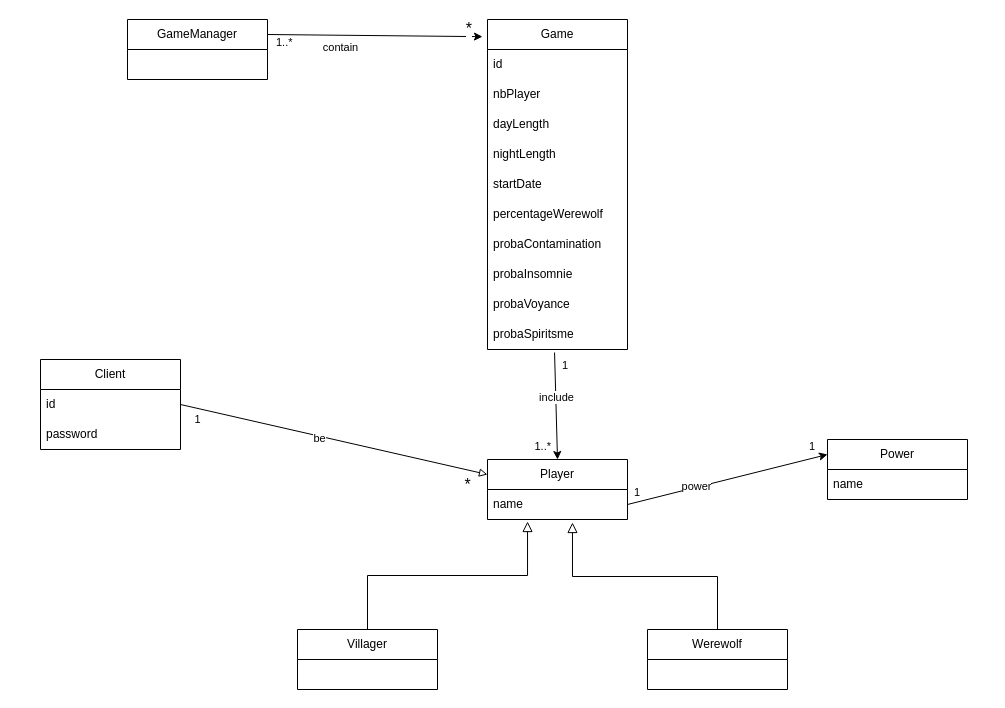
Earlier version of the draw.io diagram documentation/server/diagramme_de_classes_jeu.drawio (gfhuth/werewolf). Source tidied: cells renumbered, new cells numbered last; positions are measured from the earlier drawing's top-left corner, leaving out a move shared by most shapes. Both pictures are drawn from the tidied source at 100%, with x=0, y=0 at pixel (40, 19).
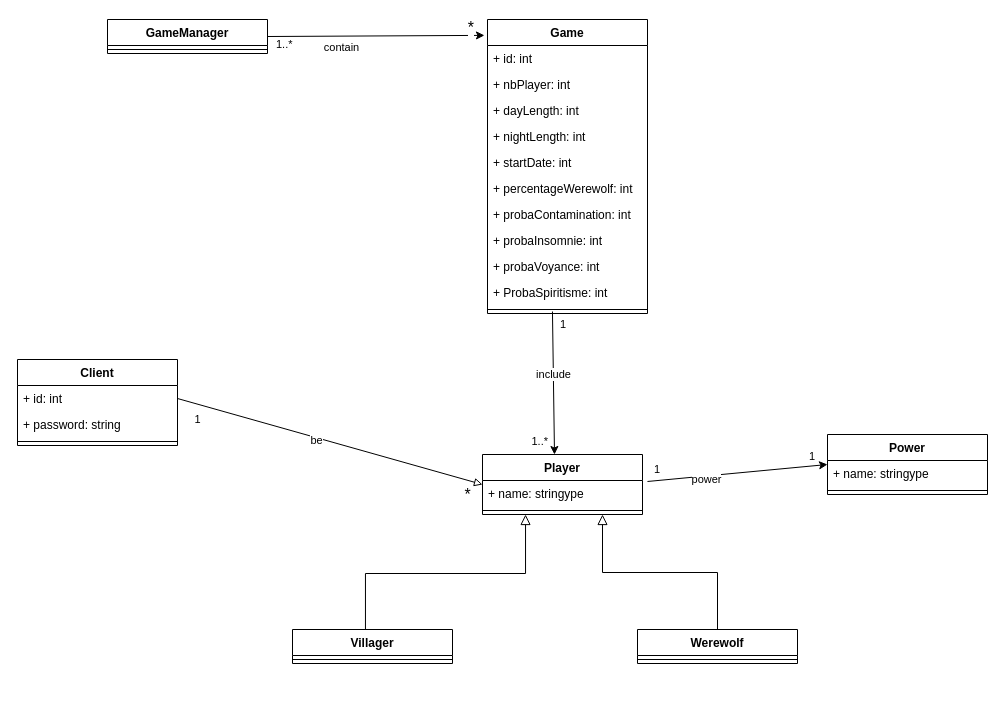
The same diagram, later.

Commit message:
diagramme de classe du jeu

What changed in the source:
```diff
@@
-    <mxCell id="2" value="Player" style="swimlane;fontStyle=0;horizontal=1;startSize=30;whiteSpace=wrap;html=1;" parent="1" vertex="1">
-      <mxGeometry x="447" y="440" width="140" height="60" as="geometry" />
-    </mxCell>
-    <mxCell id="3" value="name" style="text;strokeColor=none;fillColor=none;align=left;verticalAlign=middle;spacingLeft=4;spacingRight=4;overflow=hidden;points=[[0,0.5],[1,0.5]];portConstraint=eastwest;whiteSpace=wrap;html=1;" parent="2" vertex="1">
-      <mxGeometry y="30" width="140" height="30" as="geometry" />
-    </mxCell>
-    <mxCell id="4" value="Villager" style="swimlane;fontStyle=0;horizontal=1;startSize=30;whiteSpace=wrap;html=1;" parent="1" vertex="1">
-      <mxGeometry x="257" y="610" width="140" height="60" as="geometry" />
-    </mxCell>
-    <mxCell id="5" value="Werewolf" style="swimlane;fontStyle=0;horizontal=1;startSize=30;whiteSpace=wrap;html=1;" parent="1" vertex="1">
-      <mxGeometry x="607" y="610" width="140" height="60" as="geometry" />
-    </mxCell>
-    <mxCell id="6" value="Power" style="swimlane;fontStyle=0;horizontal=1;startSize=30;whiteSpace=wrap;html=1;" parent="1" vertex="1">
-      <mxGeometry x="787" y="420" width="140" height="60" as="geometry" />
-    </mxCell>
-    <mxCell id="7" value="name" style="text;strokeColor=none;fillColor=none;align=left;verticalAlign=middle;spacingLeft=4;spacingRight=4;overflow=hidden;whiteSpace=wrap;html=1;" parent="6" vertex="1">
-      <mxGeometry y="30" width="140" height="30" as="geometry" />
-    </mxCell>
-    <mxCell id="8" style="endArrow=classic;html=1;exitX=1;exitY=0.5;exitDx=0;exitDy=0;entryX=0;entryY=0.25;entryDx=0;entryDy=0;" parent="1" edge="1" source="3" target="6">
+    <mxCell id="8" style="endArrow=classic;html=1;exitX=1.031;exitY=0.038;exitDx=0;exitDy=0;entryX=0;entryY=0.5;entryDx=0;entryDy=0;exitPerimeter=0;" parent="1" edge="1" source="60" target="6">
       <mxGeometry relative="1" as="geometry" />
     </mxCell>
@@
-    <mxCell id="12" style="edgeStyle=elbowEdgeStyle;elbow=vertical;endArrow=block;html=1;curved=0;rounded=0;endSize=8;startSize=8;exitX=0.5;exitY=0;exitDx=0;exitDy=0;entryX=0.286;entryY=1.067;entryDx=0;entryDy=0;entryPerimeter=0;endFill=0;" parent="1" edge="1" source="4" target="3">
+    <mxCell id="12" style="edgeStyle=elbowEdgeStyle;elbow=vertical;endArrow=block;html=1;curved=0;rounded=0;endSize=8;startSize=8;exitX=0.456;exitY=0.059;exitDx=0;exitDy=0;entryX=0.269;entryY=1;entryDx=0;entryDy=0;entryPerimeter=0;endFill=0;exitPerimeter=0;" parent="1" edge="1" source="4" target="61">
       <mxGeometry relative="1" as="geometry" />
     </mxCell>
-    <mxCell id="13" style="edgeStyle=elbowEdgeStyle;elbow=vertical;endArrow=block;html=1;curved=0;rounded=0;endSize=8;startSize=8;entryX=0.607;entryY=1.1;entryDx=0;entryDy=0;entryPerimeter=0;exitX=0.5;exitY=0;exitDx=0;exitDy=0;endFill=0;" parent="1" edge="1" source="5" target="3">
+    <mxCell id="13" style="edgeStyle=elbowEdgeStyle;elbow=vertical;endArrow=block;html=1;curved=0;rounded=0;endSize=8;startSize=8;entryX=0.75;entryY=1;entryDx=0;entryDy=0;exitX=0.5;exitY=0;exitDx=0;exitDy=0;endFill=0;" parent="1" edge="1" source="5" target="2">
       <mxGeometry relative="1" as="geometry" />
     </mxCell>
-    <mxCell id="14" value="Game" style="swimlane;fontStyle=0;horizontal=1;startSize=30;whiteSpace=wrap;html=1;" parent="1" vertex="1">
-      <mxGeometry x="447" width="140" height="330" as="geometry" />
-    </mxCell>
-    <mxCell id="15" value="id" style="text;strokeColor=none;fillColor=none;align=left;verticalAlign=middle;spacingLeft=4;spacingRight=4;overflow=hidden;whiteSpace=wrap;html=1;" parent="14" vertex="1">
-      <mxGeometry y="30" width="140" height="30" as="geometry" />
-    </mxCell>
-    <mxCell id="16" value="nbPlayer" style="text;strokeColor=none;fillColor=none;align=left;verticalAlign=middle;spacingLeft=4;spacingRight=4;overflow=hidden;whiteSpace=wrap;html=1;" parent="14" vertex="1">
-      <mxGeometry y="60" width="140" height="30" as="geometry" />
-    </mxCell>
-    <mxCell id="17" value="dayLength" style="text;strokeColor=none;fillColor=none;align=left;verticalAlign=middle;spacingLeft=4;spacingRight=4;overflow=hidden;whiteSpace=wrap;html=1;" parent="14" vertex="1">
-      <mxGeometry y="90" width="140" height="30" as="geometry" />
-    </mxCell>
-    <mxCell id="18" value="nightLength" style="text;strokeColor=none;fillColor=none;align=left;verticalAlign=middle;spacingLeft=4;spacingRight=4;overflow=hidden;whiteSpace=wrap;html=1;" parent="14" vertex="1">
-      <mxGeometry y="120" width="140" height="30" as="geometry" />
-    </mxCell>
-    <mxCell id="19" value="startDate" style="text;strokeColor=none;fillColor=none;align=left;verticalAlign=middle;spacingLeft=4;spacingRight=4;overflow=hidden;whiteSpace=wrap;html=1;" parent="14" vertex="1">
-      <mxGeometry y="150" width="140" height="30" as="geometry" />
-    </mxCell>
-    <mxCell id="20" value="percentageWerewolf" style="text;strokeColor=none;fillColor=none;align=left;verticalAlign=middle;spacingLeft=4;spacingRight=4;overflow=hidden;whiteSpace=wrap;html=1;" parent="14" vertex="1">
-      <mxGeometry y="180" width="140" height="30" as="geometry" />
-    </mxCell>
-    <mxCell id="21" value="probaContamination" style="text;strokeColor=none;fillColor=none;align=left;verticalAlign=middle;spacingLeft=4;spacingRight=4;overflow=hidden;whiteSpace=wrap;html=1;" parent="14" vertex="1">
-      <mxGeometry y="210" width="140" height="30" as="geometry" />
-    </mxCell>
-    <mxCell id="22" value="probaInsomnie" style="text;strokeColor=none;fillColor=none;align=left;verticalAlign=middle;spacingLeft=4;spacingRight=4;overflow=hidden;whiteSpace=wrap;html=1;" parent="14" vertex="1">
-      <mxGeometry y="240" width="140" height="30" as="geometry" />
-    </mxCell>
-    <mxCell id="23" value="probaVoyance" style="text;strokeColor=none;fillColor=none;align=left;verticalAlign=middle;spacingLeft=4;spacingRight=4;overflow=hidden;whiteSpace=wrap;html=1;" parent="14" vertex="1">
-      <mxGeometry y="270" width="140" height="30" as="geometry" />
-    </mxCell>
-    <mxCell id="24" value="probaSpiritsme" style="text;strokeColor=none;fillColor=none;align=left;verticalAlign=middle;spacingLeft=4;spacingRight=4;overflow=hidden;points=[[0,0.5],[1,0.5]];portConstraint=eastwest;whiteSpace=wrap;html=1;" parent="14" vertex="1">
-      <mxGeometry y="300" width="140" height="30" as="geometry" />
-    </mxCell>
-    <mxCell id="25" style="endArrow=classic;html=1;entryX=0.5;entryY=0;entryDx=0;entryDy=0;exitX=0.479;exitY=1.1;exitDx=0;exitDy=0;exitPerimeter=0;" parent="1" edge="1" source="24" target="2">
+    <mxCell id="25" style="endArrow=classic;html=1;entryX=0.45;entryY=0;entryDx=0;entryDy=0;exitX=0.406;exitY=0.75;exitDx=0;exitDy=0;exitPerimeter=0;entryPerimeter=0;" parent="1" edge="1" source="51" target="2">
       <mxGeometry relative="1" as="geometry" />
     </mxCell>
@@
-    <mxCell id="29" value="Client" style="swimlane;fontStyle=0;horizontal=1;startSize=30;whiteSpace=wrap;html=1;" parent="1" vertex="1">
-      <mxGeometry y="340" width="140" height="90" as="geometry" />
-    </mxCell>
-    <mxCell id="30" value="id" style="text;strokeColor=none;fillColor=none;align=left;verticalAlign=middle;spacingLeft=4;spacingRight=4;overflow=hidden;points=[[0,0.5],[1,0.5]];portConstraint=eastwest;whiteSpace=wrap;html=1;" parent="29" vertex="1">
-      <mxGeometry y="30" width="140" height="30" as="geometry" />
-    </mxCell>
-    <mxCell id="31" value="password" style="text;strokeColor=none;fillColor=none;align=left;verticalAlign=middle;spacingLeft=4;spacingRight=4;overflow=hidden;whiteSpace=wrap;html=1;" parent="29" vertex="1">
-      <mxGeometry y="60" width="140" height="30" as="geometry" />
-    </mxCell>
-    <mxCell id="32" value="GameManager" style="swimlane;fontStyle=0;horizontal=1;startSize=30;whiteSpace=wrap;html=1;" parent="1" vertex="1">
-      <mxGeometry x="87" width="140" height="60" as="geometry" />
-    </mxCell>
-    <mxCell id="33" style="endArrow=classic;html=1;entryX=-0.036;entryY=0.052;entryDx=0;entryDy=0;entryPerimeter=0;exitX=1;exitY=0.25;exitDx=0;exitDy=0;" parent="1" edge="1" source="32" target="14">
+    <mxCell id="33" style="endArrow=classic;html=1;entryX=-0.019;entryY=0.054;entryDx=0;entryDy=0;entryPerimeter=0;exitX=1;exitY=0.5;exitDx=0;exitDy=0;" parent="1" edge="1" source="32" target="14">
       <mxGeometry relative="1" as="geometry" />
     </mxCell>
@@
-    <mxCell id="37" style="edgeStyle=none;html=1;exitX=1;exitY=0.5;exitDx=0;exitDy=0;entryX=0;entryY=0.25;entryDx=0;entryDy=0;fontSize=11;endArrow=block;endFill=0;" parent="1" edge="1" source="30" target="2">
+    <mxCell id="37" style="edgeStyle=none;html=1;exitX=1;exitY=0.5;exitDx=0;exitDy=0;entryX=0;entryY=0.5;entryDx=0;entryDy=0;fontSize=11;endArrow=block;endFill=0;" parent="1" edge="1" source="53" target="2">
       <mxGeometry relative="1" as="geometry" />
     </mxCell>
@@
     <mxCell id="40" value="&lt;font style=&quot;font-size: 16px;&quot;&gt;*&lt;/font&gt;" style="text;html=1;align=center;verticalAlign=middle;strokeColor=none;fillColor=none;fontSize=11;" parent="1" vertex="1">
-      <mxGeometry x="412" y="450" width="30" height="30" as="geometry" />
+      <mxGeometry x="412" y="460" width="30" height="30" as="geometry" />
     </mxCell>
+    <mxCell id="14" value="Game" style="swimlane;fontStyle=1;align=center;verticalAlign=top;horizontal=1;startSize=26;" parent="1" vertex="1">
+      <mxGeometry x="447" width="160" height="294" as="geometry" />
+    </mxCell>
+    <mxCell id="41" value="+ id: int" style="text;strokeColor=none;fillColor=none;align=left;verticalAlign=top;spacingLeft=4;spacingRight=4;overflow=hidden;" parent="14" vertex="1">
+      <mxGeometry y="26" width="160" height="26" as="geometry" />
+    </mxCell>
+    <mxCell id="42" value="+ nbPlayer: int" style="text;strokeColor=none;fillColor=none;align=left;verticalAlign=top;spacingLeft=4;spacingRight=4;overflow=hidden;" parent="14" vertex="1">
+      <mxGeometry y="52" width="160" height="26" as="geometry" />
+    </mxCell>
+    <mxCell id="43" value="+ dayLength: int" style="text;strokeColor=none;fillColor=none;align=left;verticalAlign=top;spacingLeft=4;spacingRight=4;overflow=hidden;" parent="14" vertex="1">
+      <mxGeometry y="78" width="160" height="26" as="geometry" />
+    </mxCell>
+    <mxCell id="44" value="+ nightLength: int" style="text;strokeColor=none;fillColor=none;align=left;verticalAlign=top;spacingLeft=4;spacingRight=4;overflow=hidden;" parent="14" vertex="1">
+      <mxGeometry y="104" width="160" height="26" as="geometry" />
+    </mxCell>
+    <mxCell id="45" value="+ startDate: int" style="text;strokeColor=none;fillColor=none;align=left;verticalAlign=top;spacingLeft=4;spacingRight=4;overflow=hidden;" parent="14" vertex="1">
+      <mxGeometry y="130" width="160" height="26" as="geometry" />
+    </mxCell>
+    <mxCell id="46" value="+ percentageWerewolf: int" style="text;strokeColor=none;fillColor=none;align=left;verticalAlign=top;spacingLeft=4;spacingRight=4;overflow=hidden;" parent="14" vertex="1">
+      <mxGeometry y="156" width="160" height="26" as="geometry" />
+    </mxCell>
+    <mxCell id="47" value="+ probaContamination: int" style="text;strokeColor=none;fillColor=none;align=left;verticalAlign=top;spacingLeft=4;spacingRight=4;overflow=hidden;" parent="14" vertex="1">
+      <mxGeometry y="182" width="160" height="26" as="geometry" />
+    </mxCell>
+    <mxCell id="48" value="+ probaInsomnie: int" style="text;strokeColor=none;fillColor=none;align=left;verticalAlign=top;spacingLeft=4;spacingRight=4;overflow=hidden;" parent="14" vertex="1">
+      <mxGeometry y="208" width="160" height="26" as="geometry" />
+    </mxCell>
+    <mxCell id="49" value="+ probaVoyance: int" style="text;strokeColor=none;fillColor=none;align=left;verticalAlign=top;spacingLeft=4;spacingRight=4;overflow=hidden;" parent="14" vertex="1">
+      <mxGeometry y="234" width="160" height="26" as="geometry" />
+    </mxCell>
+    <mxCell id="50" value="+ ProbaSpiritisme: int" style="text;strokeColor=none;fillColor=none;align=left;verticalAlign=top;spacingLeft=4;spacingRight=4;overflow=hidden;" parent="14" vertex="1">
+      <mxGeometry y="260" width="160" height="26" as="geometry" />
+    </mxCell>
+    <mxCell id="51" style="line;strokeWidth=1;fillColor=none;align=left;verticalAlign=middle;spacingTop=-1;spacingLeft=3;spacingRight=3;labelPosition=right;points=[];portConstraint=eastwest;strokeColor=inherit;" parent="14" vertex="1">
+      <mxGeometry y="286" width="160" height="8" as="geometry" />
+    </mxCell>
+    <mxCell id="32" value="GameManager" style="swimlane;fontStyle=1;align=center;verticalAlign=top;horizontal=1;startSize=26;" parent="1" vertex="1">
+      <mxGeometry x="67" width="160" height="34" as="geometry" />
+    </mxCell>
+    <mxCell id="52" style="line;strokeWidth=1;fillColor=none;align=left;verticalAlign=middle;spacingTop=-1;spacingLeft=3;spacingRight=3;labelPosition=right;strokeColor=inherit;" parent="32" vertex="1">
+      <mxGeometry y="26" width="160" height="8" as="geometry" />
+    </mxCell>
+    <mxCell id="29" value="Client" style="swimlane;fontStyle=1;align=center;verticalAlign=top;horizontal=1;startSize=26;" parent="1" vertex="1">
+      <mxGeometry x="-23" y="340" width="160" height="86" as="geometry" />
+    </mxCell>
+    <mxCell id="53" value="+ id: int" style="text;strokeColor=none;fillColor=none;align=left;verticalAlign=top;spacingLeft=4;spacingRight=4;overflow=hidden;points=[[0,0.5],[1,0.5]];portConstraint=eastwest;" parent="29" vertex="1">
+      <mxGeometry y="26" width="160" height="26" as="geometry" />
+    </mxCell>
+    <mxCell id="54" value="+ password: string" style="text;strokeColor=none;fillColor=none;align=left;verticalAlign=top;spacingLeft=4;spacingRight=4;overflow=hidden;" parent="29" vertex="1">
+      <mxGeometry y="52" width="160" height="26" as="geometry" />
+    </mxCell>
+    <mxCell id="55" style="line;strokeWidth=1;fillColor=none;align=left;verticalAlign=middle;spacingTop=-1;spacingLeft=3;spacingRight=3;labelPosition=right;strokeColor=inherit;" parent="29" vertex="1">
+      <mxGeometry y="78" width="160" height="8" as="geometry" />
+    </mxCell>
+    <mxCell id="6" value="Power" style="swimlane;fontStyle=1;align=center;verticalAlign=top;horizontal=1;startSize=26;" parent="1" vertex="1">
+      <mxGeometry x="787" y="415" width="160" height="60" as="geometry" />
+    </mxCell>
+    <mxCell id="56" value="+ name: stringype" style="text;strokeColor=none;fillColor=none;align=left;verticalAlign=top;spacingLeft=4;spacingRight=4;overflow=hidden;" parent="6" vertex="1">
+      <mxGeometry y="26" width="160" height="26" as="geometry" />
+    </mxCell>
+    <mxCell id="57" style="line;strokeWidth=1;fillColor=none;align=left;verticalAlign=middle;spacingTop=-1;spacingLeft=3;spacingRight=3;labelPosition=right;strokeColor=inherit;" parent="6" vertex="1">
+      <mxGeometry y="52" width="160" height="8" as="geometry" />
+    </mxCell>
+    <mxCell id="5" value="Werewolf" style="swimlane;fontStyle=1;align=center;verticalAlign=top;horizontal=1;startSize=26;" parent="1" vertex="1">
+      <mxGeometry x="597" y="610" width="160" height="34" as="geometry" />
+    </mxCell>
+    <mxCell id="58" style="line;strokeWidth=1;fillColor=none;align=left;verticalAlign=middle;spacingTop=-1;spacingLeft=3;spacingRight=3;labelPosition=right;strokeColor=inherit;" parent="5" vertex="1">
+      <mxGeometry y="26" width="160" height="8" as="geometry" />
+    </mxCell>
+    <mxCell id="4" value="Villager" style="swimlane;fontStyle=1;align=center;verticalAlign=top;horizontal=1;startSize=26;" parent="1" vertex="1">
+      <mxGeometry x="252" y="610" width="160" height="34" as="geometry" />
+    </mxCell>
+    <mxCell id="59" style="line;strokeWidth=1;fillColor=none;align=left;verticalAlign=middle;spacingTop=-1;spacingLeft=3;spacingRight=3;labelPosition=right;strokeColor=inherit;" parent="4" vertex="1">
+      <mxGeometry y="26" width="160" height="8" as="geometry" />
+    </mxCell>
+    <mxCell id="2" value="Player" style="swimlane;fontStyle=1;align=center;verticalAlign=top;horizontal=1;startSize=26;" parent="1" vertex="1">
+      <mxGeometry x="442" y="435" width="160" height="60" as="geometry" />
+    </mxCell>
+    <mxCell id="60" value="+ name: stringype" style="text;strokeColor=none;fillColor=none;align=left;verticalAlign=top;spacingLeft=4;spacingRight=4;overflow=hidden;points=[[0,0.5],[1,0.5]];portConstraint=eastwest;" parent="2" vertex="1">
+      <mxGeometry y="26" width="160" height="26" as="geometry" />
+    </mxCell>
+    <mxCell id="61" style="line;strokeWidth=1;fillColor=none;align=left;verticalAlign=middle;spacingTop=-1;spacingLeft=3;spacingRight=3;labelPosition=right;points=[];portConstraint=eastwest;strokeColor=inherit;" parent="2" vertex="1">
+      <mxGeometry y="52" width="160" height="8" as="geometry" />
+    </mxCell>
```
